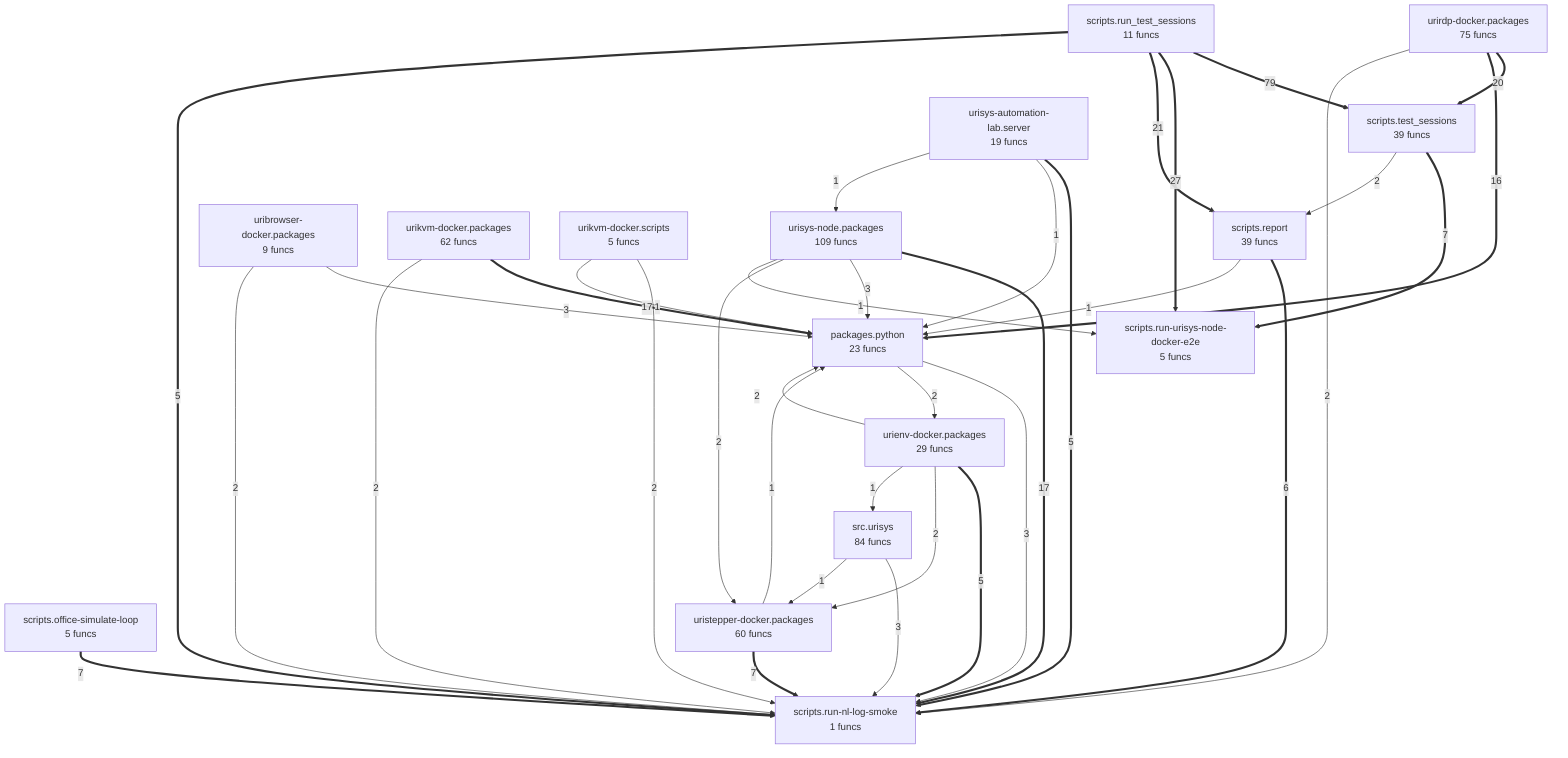
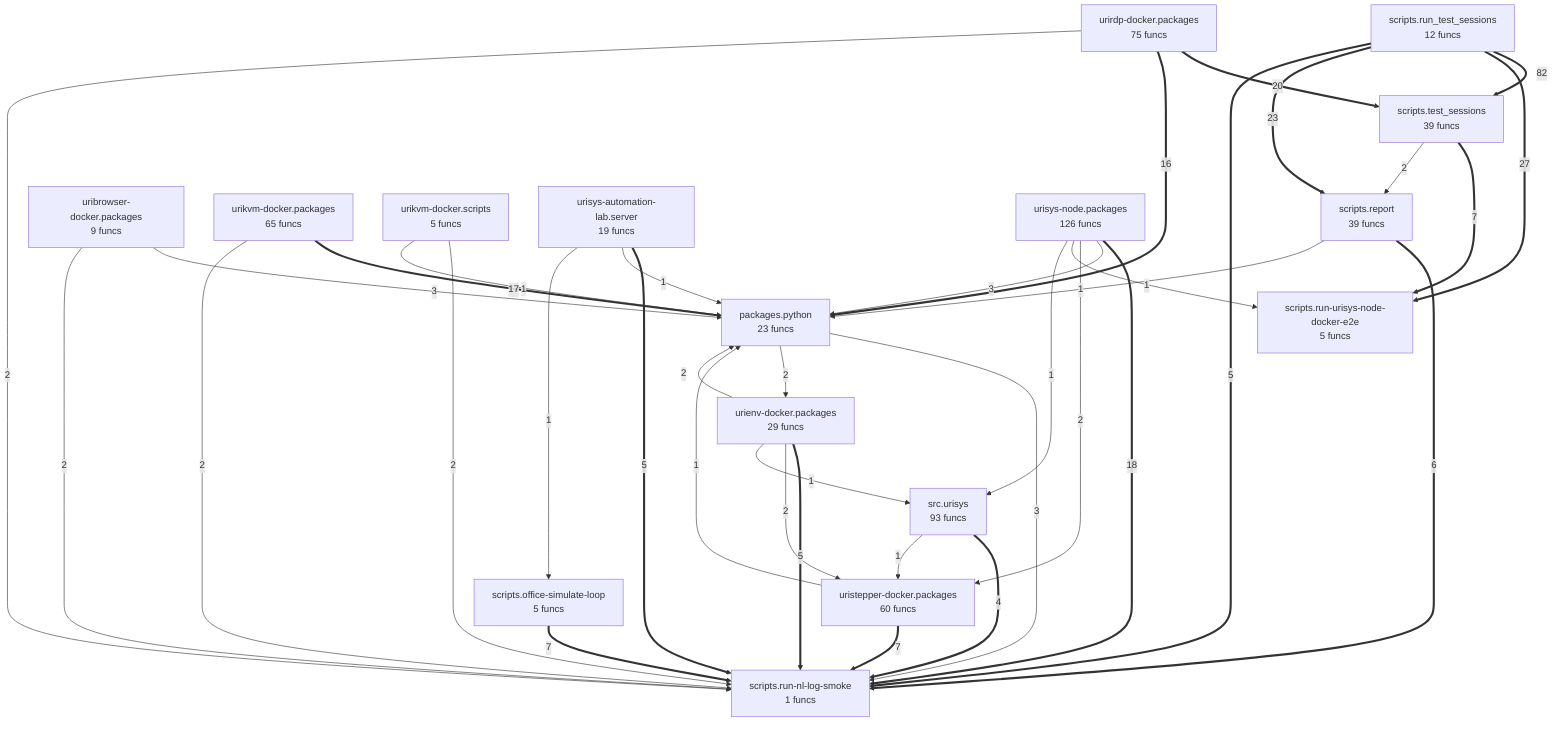
flowchart TD
%% generated in 0.02s
    packages__python["packages.python<br/>23 funcs"]
    scripts__office_simulate_loop["scripts.office-simulate-loop<br/>5 funcs"]
    scripts__report["scripts.report<br/>39 funcs"]
    scripts__run_nl_log_smoke["scripts.run-nl-log-smoke<br/>1 funcs"]
    scripts__run_urisys_node_docker_e2e["scripts.run-urisys-node-docker-e2e<br/>5 funcs"]
-     scripts__run_test_sessions["scripts.run_test_sessions<br/>11 funcs"]
+     scripts__run_test_sessions["scripts.run_test_sessions<br/>12 funcs"]
    scripts__test_sessions["scripts.test_sessions<br/>39 funcs"]
-     src__urisys["src.urisys<br/>84 funcs"]
+     src__urisys["src.urisys<br/>93 funcs"]
    uribrowser_docker__packages["uribrowser-docker.packages<br/>9 funcs"]
    urienv_docker__packages["urienv-docker.packages<br/>29 funcs"]
-     urikvm_docker__packages["urikvm-docker.packages<br/>62 funcs"]
+     urikvm_docker__packages["urikvm-docker.packages<br/>65 funcs"]
    urikvm_docker__scripts["urikvm-docker.scripts<br/>5 funcs"]
    urirdp_docker__packages["urirdp-docker.packages<br/>75 funcs"]
    uristepper_docker__packages["uristepper-docker.packages<br/>60 funcs"]
    urisys_automation_lab__server["urisys-automation-lab.server<br/>19 funcs"]
-     urisys_node__packages["urisys-node.packages<br/>109 funcs"]
-     scripts__run_test_sessions ==>|79| scripts__test_sessions
+     urisys_node__packages["urisys-node.packages<br/>126 funcs"]
+     scripts__run_test_sessions ==>|82| scripts__test_sessions
    scripts__run_test_sessions ==>|27| scripts__run_urisys_node_docker_e2e
-     scripts__run_test_sessions ==>|21| scripts__report
+     scripts__run_test_sessions ==>|23| scripts__report
    urirdp_docker__packages ==>|20| scripts__test_sessions
+     urisys_node__packages ==>|18| scripts__run_nl_log_smoke
    urikvm_docker__packages ==>|17| packages__python
-     urisys_node__packages ==>|17| scripts__run_nl_log_smoke
    urirdp_docker__packages ==>|16| packages__python
    uristepper_docker__packages ==>|7| scripts__run_nl_log_smoke
+     scripts__office_simulate_loop ==>|7| scripts__run_nl_log_smoke
    scripts__test_sessions ==>|7| scripts__run_urisys_node_docker_e2e
-     scripts__office_simulate_loop ==>|7| scripts__run_nl_log_smoke
    scripts__report ==>|6| scripts__run_nl_log_smoke
    urisys_automation_lab__server ==>|5| scripts__run_nl_log_smoke
    urienv_docker__packages ==>|5| scripts__run_nl_log_smoke
    scripts__run_test_sessions ==>|5| scripts__run_nl_log_smoke
+     src__urisys ==>|4| scripts__run_nl_log_smoke
    packages__python -->|3| scripts__run_nl_log_smoke
-     src__urisys -->|3| scripts__run_nl_log_smoke
    uribrowser_docker__packages -->|3| packages__python
    urisys_node__packages -->|3| packages__python
    packages__python -->|2| urienv_docker__packages
+     scripts__test_sessions -->|2| scripts__report
    urirdp_docker__packages -->|2| scripts__run_nl_log_smoke
    uribrowser_docker__packages -->|2| scripts__run_nl_log_smoke
    urikvm_docker__packages -->|2| scripts__run_nl_log_smoke
    urikvm_docker__scripts -->|2| scripts__run_nl_log_smoke
    urienv_docker__packages -->|2| uristepper_docker__packages
    urienv_docker__packages -->|2| packages__python
    urisys_node__packages -->|2| uristepper_docker__packages
-     scripts__test_sessions -->|2| scripts__report
-     src__urisys -->|1| uristepper_docker__packages
    uristepper_docker__packages -->|1| packages__python
    scripts__report -->|1| packages__python
    urikvm_docker__scripts -->|1| packages__python
    urisys_automation_lab__server -->|1| packages__python
-     urisys_automation_lab__server -->|1| urisys_node__packages
+     urisys_automation_lab__server -->|1| scripts__office_simulate_loop
    urienv_docker__packages -->|1| src__urisys
    urisys_node__packages -->|1| scripts__run_urisys_node_docker_e2e
+     src__urisys -->|1| uristepper_docker__packages
+     urisys_node__packages -->|1| src__urisys
